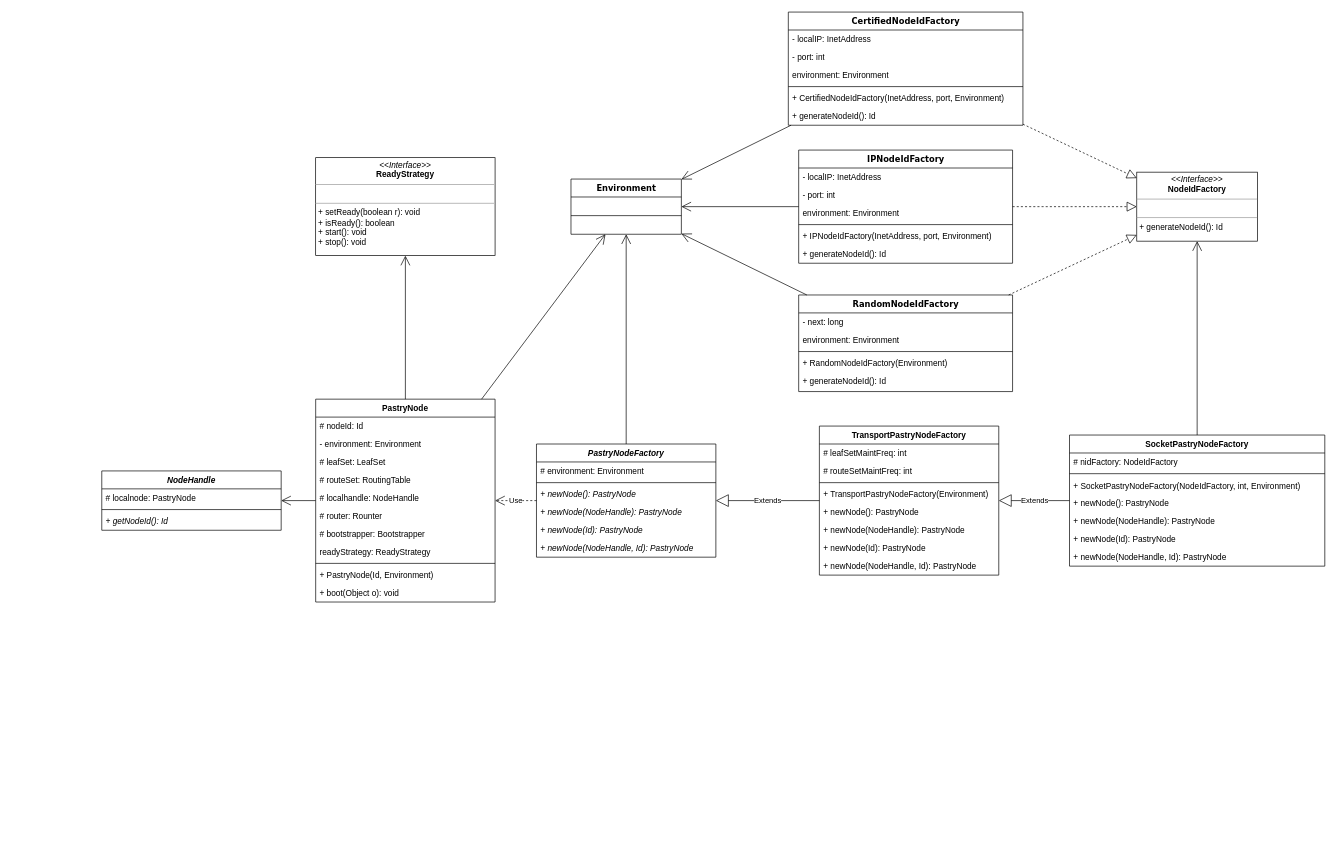
This is Untitled Diagram.drawio from OneOverThree/PastryTest, a draw.io file, before an edit. Source tidied: cells renumbered, new cells numbered last; positions are measured from the earlier drawing's top-left corner, leaving out a move shared by most shapes. Both pictures are drawn from the tidied source at 69%, with x=0, y=0 at pixel (101, 12).
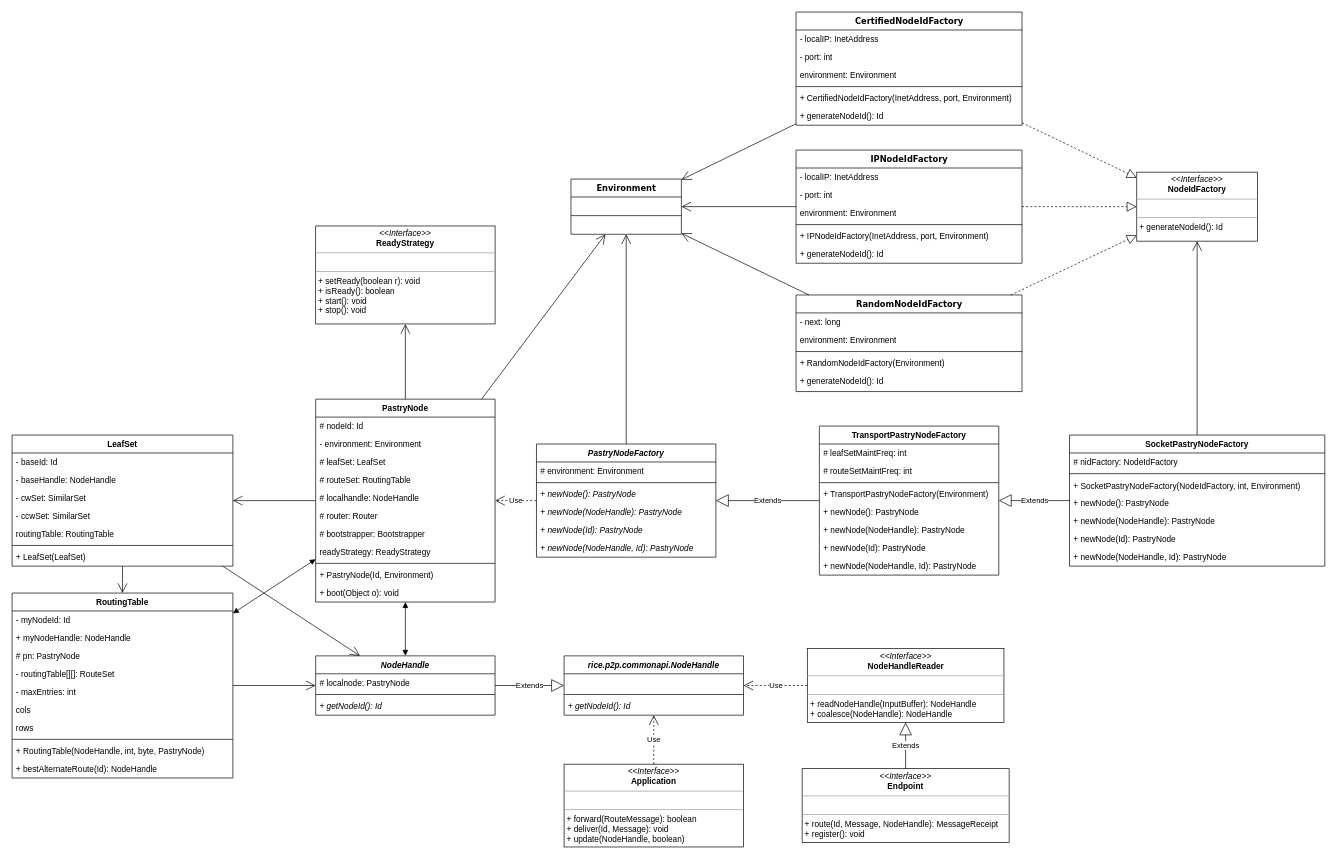
The same page after the edit.

Unchanged cells that the change refers to:
```xml
<mxCell id="59" value="PastryNode" style="swimlane;fontStyle=1;align=center;verticalAlign=top;horizontal=1;startSize=26;" parent="1" vertex="1">
  <mxGeometry x="310" y="561" width="260" height="294" as="geometry" />
</mxCell>
```

What changed in the source:
```diff
@@
     <mxCell id="2" value="RandomNodeIdFactory" style="swimlane;html=1;fontStyle=1;align=center;verticalAlign=top;horizontal=1;startSize=26;swimlaneFillColor=#ffffff;rounded=0;shadow=0;comic=0;labelBackgroundColor=none;strokeWidth=1;fillColor=none;fontFamily=Verdana;fontSize=12;" parent="1" vertex="1">
-      <mxGeometry x="1010" y="410" width="310" height="140" as="geometry" />
+      <mxGeometry x="1006.2" y="410" width="327.5" height="140" as="geometry" />
     </mxCell>
     <mxCell id="3" value="- next: long" style="text;html=1;strokeColor=none;fillColor=none;align=left;verticalAlign=top;spacingLeft=4;spacingRight=4;whiteSpace=wrap;overflow=hidden;" parent="2" vertex="1">
-      <mxGeometry y="26" width="310" height="26" as="geometry" />
+      <mxGeometry y="26" width="327.5" height="26" as="geometry" />
     </mxCell>
     <mxCell id="4" value="environment: Environment" style="text;html=1;strokeColor=none;fillColor=none;align=left;verticalAlign=top;spacingLeft=4;spacingRight=4;whiteSpace=wrap;overflow=hidden;" parent="2" vertex="1">
-      <mxGeometry y="52" width="310" height="26" as="geometry" />
+      <mxGeometry y="52" width="327.5" height="26" as="geometry" />
     </mxCell>
     <mxCell id="5" style="line;html=1;strokeWidth=1;fillColor=none;align=left;verticalAlign=middle;spacingTop=-1;spacingLeft=3;spacingRight=3;labelPosition=right;" parent="2" vertex="1">
-      <mxGeometry y="78" width="310" height="8" as="geometry" />
+      <mxGeometry y="78" width="327.5" height="8" as="geometry" />
     </mxCell>
     <mxCell id="6" value="+ RandomNodeIdFactory(Environment)" style="text;html=1;strokeColor=none;fillColor=none;align=left;verticalAlign=top;spacingLeft=4;spacingRight=4;whiteSpace=wrap;overflow=hidden;" parent="2" vertex="1">
-      <mxGeometry y="86" width="310" height="26" as="geometry" />
+      <mxGeometry y="86" width="327.5" height="26" as="geometry" />
     </mxCell>
     <mxCell id="7" value="&lt;span style=&quot;&quot;&gt;+ generateNodeId(): Id&lt;/span&gt;" style="text;html=1;strokeColor=none;fillColor=none;align=left;verticalAlign=top;spacingLeft=4;spacingRight=4;whiteSpace=wrap;overflow=hidden;" parent="2" vertex="1">
-      <mxGeometry y="112" width="310" height="26" as="geometry" />
+      <mxGeometry y="112" width="327.5" height="26" as="geometry" />
     </mxCell>
@@
     <mxCell id="39" value="IPNodeIdFactory" style="swimlane;html=1;fontStyle=1;align=center;verticalAlign=top;horizontal=1;startSize=26;swimlaneFillColor=#ffffff;rounded=0;shadow=0;comic=0;labelBackgroundColor=none;strokeWidth=1;fillColor=none;fontFamily=Verdana;fontSize=12;" parent="1" vertex="1">
-      <mxGeometry x="1010" y="200" width="310" height="164" as="geometry" />
+      <mxGeometry x="1006.2" y="200" width="327.5" height="164" as="geometry" />
     </mxCell>
     <mxCell id="40" value="- localIP: InetAddress" style="text;html=1;strokeColor=none;fillColor=none;align=left;verticalAlign=top;spacingLeft=4;spacingRight=4;whiteSpace=wrap;overflow=hidden;" parent="39" vertex="1">
-      <mxGeometry y="26" width="310" height="26" as="geometry" />
+      <mxGeometry y="26" width="327.5" height="26" as="geometry" />
     </mxCell>
     <mxCell id="41" value="- port: int" style="text;html=1;strokeColor=none;fillColor=none;align=left;verticalAlign=top;spacingLeft=4;spacingRight=4;whiteSpace=wrap;overflow=hidden;" parent="39" vertex="1">
-      <mxGeometry y="52" width="310" height="26" as="geometry" />
+      <mxGeometry y="52" width="327.5" height="26" as="geometry" />
     </mxCell>
     <mxCell id="42" value="environment: Environment" style="text;html=1;strokeColor=none;fillColor=none;align=left;verticalAlign=top;spacingLeft=4;spacingRight=4;whiteSpace=wrap;overflow=hidden;" parent="39" vertex="1">
-      <mxGeometry y="78" width="310" height="26" as="geometry" />
+      <mxGeometry y="78" width="327.5" height="26" as="geometry" />
     </mxCell>
     <mxCell id="43" style="line;html=1;strokeWidth=1;fillColor=none;align=left;verticalAlign=middle;spacingTop=-1;spacingLeft=3;spacingRight=3;labelPosition=right;" parent="39" vertex="1">
-      <mxGeometry y="104" width="310" height="8" as="geometry" />
+      <mxGeometry y="104" width="327.5" height="8" as="geometry" />
     </mxCell>
     <mxCell id="44" value="+ IPNodeIdFactory(InetAddress, port, Environment)" style="text;html=1;strokeColor=none;fillColor=none;align=left;verticalAlign=top;spacingLeft=4;spacingRight=4;whiteSpace=wrap;overflow=hidden;" parent="39" vertex="1">
-      <mxGeometry y="112" width="310" height="26" as="geometry" />
+      <mxGeometry y="112" width="327.5" height="26" as="geometry" />
     </mxCell>
     <mxCell id="45" value="&lt;span style=&quot;&quot;&gt;+ generateNodeId(): Id&lt;/span&gt;" style="text;html=1;strokeColor=none;fillColor=none;align=left;verticalAlign=top;spacingLeft=4;spacingRight=4;whiteSpace=wrap;overflow=hidden;" parent="39" vertex="1">
-      <mxGeometry y="138" width="310" height="26" as="geometry" />
+      <mxGeometry y="138" width="327.5" height="26" as="geometry" />
     </mxCell>
@@
     <mxCell id="48" value="CertifiedNodeIdFactory" style="swimlane;html=1;fontStyle=1;align=center;verticalAlign=top;horizontal=1;startSize=26;swimlaneFillColor=#ffffff;rounded=0;shadow=0;comic=0;labelBackgroundColor=none;strokeWidth=1;fillColor=none;fontFamily=Verdana;fontSize=12;" parent="1" vertex="1">
-      <mxGeometry x="995" width="340" height="164" as="geometry" />
+      <mxGeometry x="1006.2" width="327.5" height="164" as="geometry" />
     </mxCell>
     <mxCell id="49" value="- localIP: InetAddress" style="text;html=1;strokeColor=none;fillColor=none;align=left;verticalAlign=top;spacingLeft=4;spacingRight=4;whiteSpace=wrap;overflow=hidden;" parent="48" vertex="1">
-      <mxGeometry y="26" width="340" height="26" as="geometry" />
+      <mxGeometry y="26" width="327.5" height="26" as="geometry" />
     </mxCell>
     <mxCell id="50" value="- port: int" style="text;html=1;strokeColor=none;fillColor=none;align=left;verticalAlign=top;spacingLeft=4;spacingRight=4;whiteSpace=wrap;overflow=hidden;" parent="48" vertex="1">
-      <mxGeometry y="52" width="340" height="26" as="geometry" />
+      <mxGeometry y="52" width="327.5" height="26" as="geometry" />
     </mxCell>
     <mxCell id="51" value="environment: Environment" style="text;html=1;strokeColor=none;fillColor=none;align=left;verticalAlign=top;spacingLeft=4;spacingRight=4;whiteSpace=wrap;overflow=hidden;" parent="48" vertex="1">
-      <mxGeometry y="78" width="340" height="26" as="geometry" />
+      <mxGeometry y="78" width="327.5" height="26" as="geometry" />
     </mxCell>
     <mxCell id="52" style="line;html=1;strokeWidth=1;fillColor=none;align=left;verticalAlign=middle;spacingTop=-1;spacingLeft=3;spacingRight=3;labelPosition=right;" parent="48" vertex="1">
-      <mxGeometry y="104" width="340" height="8" as="geometry" />
+      <mxGeometry y="104" width="327.5" height="8" as="geometry" />
     </mxCell>
     <mxCell id="53" value="+ CertifiedNodeIdFactory(InetAddress, port, Environment)" style="text;html=1;strokeColor=none;fillColor=none;align=left;verticalAlign=top;spacingLeft=4;spacingRight=4;whiteSpace=wrap;overflow=hidden;" parent="48" vertex="1">
-      <mxGeometry y="112" width="340" height="26" as="geometry" />
+      <mxGeometry y="112" width="327.5" height="26" as="geometry" />
     </mxCell>
     <mxCell id="54" value="&lt;span style=&quot;&quot;&gt;+ generateNodeId(): Id&lt;/span&gt;" style="text;html=1;strokeColor=none;fillColor=none;align=left;verticalAlign=top;spacingLeft=4;spacingRight=4;whiteSpace=wrap;overflow=hidden;" parent="48" vertex="1">
-      <mxGeometry y="138" width="340" height="26" as="geometry" />
+      <mxGeometry y="138" width="327.5" height="26" as="geometry" />
     </mxCell>
@@
-    <mxCell id="65" value="# router: Rounter" style="text;strokeColor=none;fillColor=none;align=left;verticalAlign=top;spacingLeft=4;spacingRight=4;overflow=hidden;" parent="59" vertex="1">
+    <mxCell id="65" value="# router: Router" style="text;strokeColor=none;fillColor=none;align=left;verticalAlign=top;spacingLeft=4;spacingRight=4;overflow=hidden;" parent="59" vertex="1">
       <mxGeometry y="156" width="260" height="26" as="geometry" />
     </mxCell>
@@
     <mxCell id="73" value="&lt;p style=&quot;margin:0px;margin-top:4px;text-align:center;&quot;&gt;&lt;i&gt;&amp;lt;&amp;lt;Interface&amp;gt;&amp;gt;&lt;/i&gt;&lt;br&gt;&lt;b&gt;ReadyStrategy&lt;/b&gt;&lt;/p&gt;&lt;hr size=&quot;1&quot;&gt;&lt;p style=&quot;margin:0px;margin-left:4px;&quot;&gt;&lt;br&gt;&lt;/p&gt;&lt;hr size=&quot;1&quot;&gt;&lt;p style=&quot;margin:0px;margin-left:4px;&quot;&gt;+ setReady(boolean r): void&lt;/p&gt;&lt;p style=&quot;margin:0px;margin-left:4px;&quot;&gt;+ isReady(): boolean&lt;br&gt;&lt;/p&gt;&lt;p style=&quot;margin:0px;margin-left:4px;&quot;&gt;+ start(): void&lt;/p&gt;&lt;p style=&quot;margin:0px;margin-left:4px;&quot;&gt;+ stop(): void&lt;/p&gt;" style="verticalAlign=top;align=left;overflow=fill;fontSize=12;fontFamily=Helvetica;html=1;rounded=0;shadow=0;comic=0;labelBackgroundColor=none;strokeWidth=1;" parent="1" vertex="1">
-      <mxGeometry x="310" y="211" width="260" height="142" as="geometry" />
+      <mxGeometry x="310" y="310" width="260" height="142" as="geometry" />
     </mxCell>
@@
     <mxCell id="75" value="NodeHandle" style="swimlane;fontStyle=3;align=center;verticalAlign=top;horizontal=1;startSize=26;" parent="1" vertex="1">
-      <mxGeometry y="665" width="260" height="86" as="geometry" />
+      <mxGeometry x="310" y="933" width="260" height="86" as="geometry" />
     </mxCell>
@@
-    <mxCell id="79" style="endArrow=open;endFill=1;endSize=12;html=1;rounded=0;" parent="1" edge="1" source="59" target="75">
-      <mxGeometry relative="1" as="geometry" />
-    </mxCell>
+    <mxCell id="80" value="&lt;p style=&quot;margin:0px;margin-top:4px;text-align:center;&quot;&gt;&lt;i&gt;&amp;lt;&amp;lt;Interface&amp;gt;&amp;gt;&lt;/i&gt;&lt;br&gt;&lt;b&gt;NodeHandleReader&lt;/b&gt;&lt;br&gt;&lt;/p&gt;&lt;hr size=&quot;1&quot;&gt;&lt;p style=&quot;margin:0px;margin-left:4px;&quot;&gt;&lt;br&gt;&lt;/p&gt;&lt;hr size=&quot;1&quot;&gt;&lt;p style=&quot;margin:0px;margin-left:4px;&quot;&gt;+ readNodeHandle(InputBuffer): NodeHandle&lt;br&gt;&lt;/p&gt;&lt;p style=&quot;margin:0px;margin-left:4px;&quot;&gt;+ coalesce(NodeHandle): NodeHandle&lt;/p&gt;" style="verticalAlign=top;align=left;overflow=fill;fontSize=12;fontFamily=Helvetica;html=1;rounded=0;shadow=0;comic=0;labelBackgroundColor=none;strokeWidth=1;" parent="1" vertex="1">
+      <mxGeometry x="1022.5" y="922.5" width="285" height="107" as="geometry" />
+    </mxCell>
+    <mxCell id="81" value="Use" style="endArrow=open;endSize=12;dashed=1;html=1;rounded=0;" parent="1" edge="1" source="80" target="82">
+      <mxGeometry relative="1" as="geometry" />
+    </mxCell>
+    <mxCell id="82" value="rice.p2p.commonapi.NodeHandle" style="swimlane;fontStyle=3;align=center;verticalAlign=top;horizontal=1;startSize=26;" parent="1" vertex="1">
+      <mxGeometry x="670" y="933" width="260" height="86" as="geometry" />
+    </mxCell>
+    <mxCell id="83" value=" " style="text;strokeColor=none;fillColor=none;align=left;verticalAlign=top;spacingLeft=4;spacingRight=4;overflow=hidden;" parent="82" vertex="1">
+      <mxGeometry y="26" width="260" height="26" as="geometry" />
+    </mxCell>
+    <mxCell id="84" style="line;strokeWidth=1;fillColor=none;align=left;verticalAlign=middle;spacingTop=-1;spacingLeft=3;spacingRight=3;labelPosition=right;strokeColor=inherit;" parent="82" vertex="1">
+      <mxGeometry y="52" width="260" height="8" as="geometry" />
+    </mxCell>
+    <mxCell id="85" value="+ getNodeId(): Id" style="text;strokeColor=none;fillColor=none;align=left;verticalAlign=top;spacingLeft=4;spacingRight=4;overflow=hidden;fontStyle=2;" parent="82" vertex="1">
+      <mxGeometry y="60" width="260" height="26" as="geometry" />
+    </mxCell>
+    <mxCell id="86" value="Extends" style="endArrow=block;endSize=16;endFill=0;html=1;rounded=0;" parent="1" edge="1" source="75" target="82">
+      <mxGeometry relative="1" as="geometry" />
+    </mxCell>
+    <mxCell id="87" value="&lt;p style=&quot;margin:0px;margin-top:4px;text-align:center;&quot;&gt;&lt;i&gt;&amp;lt;&amp;lt;Interface&amp;gt;&amp;gt;&lt;/i&gt;&lt;br&gt;&lt;b&gt;Endpoint&lt;/b&gt;&lt;br&gt;&lt;/p&gt;&lt;hr size=&quot;1&quot;&gt;&lt;p style=&quot;margin:0px;margin-left:4px;&quot;&gt;&lt;br&gt;&lt;/p&gt;&lt;hr size=&quot;1&quot;&gt;&lt;p style=&quot;margin:0px;margin-left:4px;&quot;&gt;+ route(Id, Message, NodeHandle): MessageReceipt&lt;br&gt;&lt;/p&gt;&lt;p style=&quot;margin:0px;margin-left:4px;&quot;&gt;+&amp;nbsp;register()&lt;span style=&quot;background-color: initial;&quot;&gt;: void&lt;/span&gt;&lt;/p&gt;" style="verticalAlign=top;align=left;overflow=fill;fontSize=12;fontFamily=Helvetica;html=1;rounded=0;shadow=0;comic=0;labelBackgroundColor=none;strokeWidth=1;" parent="1" vertex="1">
+      <mxGeometry x="1015" y="1096.5" width="300" height="107" as="geometry" />
+    </mxCell>
+    <mxCell id="88" value="Extends" style="endArrow=block;endSize=16;endFill=0;html=1;rounded=0;" parent="1" edge="1" source="87" target="80">
+      <mxGeometry relative="1" as="geometry" />
+    </mxCell>
+    <mxCell id="89" value="&lt;p style=&quot;margin:0px;margin-top:4px;text-align:center;&quot;&gt;&lt;i&gt;&amp;lt;&amp;lt;Interface&amp;gt;&amp;gt;&lt;/i&gt;&lt;br&gt;&lt;b&gt;Application&lt;/b&gt;&lt;br&gt;&lt;/p&gt;&lt;hr size=&quot;1&quot;&gt;&lt;p style=&quot;margin:0px;margin-left:4px;&quot;&gt;&lt;br&gt;&lt;/p&gt;&lt;hr size=&quot;1&quot;&gt;&lt;p style=&quot;margin:0px;margin-left:4px;&quot;&gt;+ forward(RouteMessage): boolean&lt;br&gt;&lt;/p&gt;&lt;p style=&quot;margin:0px;margin-left:4px;&quot;&gt;+ deliver(Id, Message)&lt;span style=&quot;background-color: initial;&quot;&gt;: void&lt;/span&gt;&lt;/p&gt;&lt;p style=&quot;margin:0px;margin-left:4px;&quot;&gt;&lt;span style=&quot;background-color: initial;&quot;&gt;+ update(NodeHandle, boolean)&lt;/span&gt;&lt;/p&gt;" style="verticalAlign=top;align=left;overflow=fill;fontSize=12;fontFamily=Helvetica;html=1;rounded=0;shadow=0;comic=0;labelBackgroundColor=none;strokeWidth=1;" parent="1" vertex="1">
+      <mxGeometry x="670" y="1090" width="260" height="120" as="geometry" />
+    </mxCell>
+    <mxCell id="90" value="Use" style="endArrow=open;endSize=12;dashed=1;html=1;rounded=0;" parent="1" edge="1" source="89" target="82">
+      <mxGeometry relative="1" as="geometry" />
+    </mxCell>
+    <mxCell id="91" value="RoutingTable" style="swimlane;fontStyle=1;align=center;verticalAlign=top;horizontal=1;startSize=26;" parent="1" vertex="1">
+      <mxGeometry x="-130" y="842" width="320" height="268" as="geometry" />
+    </mxCell>
+    <mxCell id="92" value="- myNodeId: Id" style="text;strokeColor=none;fillColor=none;align=left;verticalAlign=top;spacingLeft=4;spacingRight=4;overflow=hidden;" parent="91" vertex="1">
+      <mxGeometry y="26" width="320" height="26" as="geometry" />
+    </mxCell>
+    <mxCell id="93" value="+ myNodeHandle: NodeHandle" style="text;strokeColor=none;fillColor=none;align=left;verticalAlign=top;spacingLeft=4;spacingRight=4;overflow=hidden;" parent="91" vertex="1">
+      <mxGeometry y="52" width="320" height="26" as="geometry" />
+    </mxCell>
+    <mxCell id="94" value="# pn: PastryNode" style="text;strokeColor=none;fillColor=none;align=left;verticalAlign=top;spacingLeft=4;spacingRight=4;overflow=hidden;" parent="91" vertex="1">
+      <mxGeometry y="78" width="320" height="26" as="geometry" />
+    </mxCell>
+    <mxCell id="95" value="- routingTable[][]: RouteSet" style="text;strokeColor=none;fillColor=none;align=left;verticalAlign=top;spacingLeft=4;spacingRight=4;overflow=hidden;" parent="91" vertex="1">
+      <mxGeometry y="104" width="320" height="26" as="geometry" />
+    </mxCell>
+    <mxCell id="96" value="- maxEntries: int" style="text;strokeColor=none;fillColor=none;align=left;verticalAlign=top;spacingLeft=4;spacingRight=4;overflow=hidden;" parent="91" vertex="1">
+      <mxGeometry y="130" width="320" height="26" as="geometry" />
+    </mxCell>
+    <mxCell id="97" value="cols" style="text;strokeColor=none;fillColor=none;align=left;verticalAlign=top;spacingLeft=4;spacingRight=4;overflow=hidden;" parent="91" vertex="1">
+      <mxGeometry y="156" width="320" height="26" as="geometry" />
+    </mxCell>
+    <mxCell id="98" value="rows" style="text;strokeColor=none;fillColor=none;align=left;verticalAlign=top;spacingLeft=4;spacingRight=4;overflow=hidden;" parent="91" vertex="1">
+      <mxGeometry y="182" width="320" height="26" as="geometry" />
+    </mxCell>
+    <mxCell id="99" style="line;strokeWidth=1;fillColor=none;align=left;verticalAlign=middle;spacingTop=-1;spacingLeft=3;spacingRight=3;labelPosition=right;strokeColor=inherit;" parent="91" vertex="1">
+      <mxGeometry y="208" width="320" height="8" as="geometry" />
+    </mxCell>
+    <mxCell id="100" value="+ RoutingTable(NodeHandle, int, byte, PastryNode)" style="text;strokeColor=none;fillColor=none;align=left;verticalAlign=top;spacingLeft=4;spacingRight=4;overflow=hidden;fontStyle=0;" parent="91" vertex="1">
+      <mxGeometry y="216" width="320" height="26" as="geometry" />
+    </mxCell>
+    <mxCell id="101" value="+ bestAlternateRoute(Id): NodeHandle" style="text;strokeColor=none;fillColor=none;align=left;verticalAlign=top;spacingLeft=4;spacingRight=4;overflow=hidden;fontStyle=0;" parent="91" vertex="1">
+      <mxGeometry y="242" width="320" height="26" as="geometry" />
+    </mxCell>
+    <mxCell id="102" style="endArrow=open;endFill=1;endSize=12;html=1;rounded=0;" parent="1" edge="1" source="91" target="75">
+      <mxGeometry relative="1" as="geometry" />
+    </mxCell>
+    <mxCell id="103" style="endArrow=block;startArrow=block;endFill=1;startFill=1;html=1;rounded=0;" parent="1" edge="1" source="75" target="59">
+      <mxGeometry relative="1" as="geometry" />
+    </mxCell>
+    <mxCell id="104" value="LeafSet" style="swimlane;fontStyle=1;align=center;verticalAlign=top;horizontal=1;startSize=26;" parent="1" vertex="1">
+      <mxGeometry x="-130" y="613" width="320" height="190" as="geometry" />
+    </mxCell>
+    <mxCell id="105" value="- baseId: Id" style="text;strokeColor=none;fillColor=none;align=left;verticalAlign=top;spacingLeft=4;spacingRight=4;overflow=hidden;" parent="104" vertex="1">
+      <mxGeometry y="26" width="320" height="26" as="geometry" />
+    </mxCell>
+    <mxCell id="106" value="- baseHandle: NodeHandle" style="text;strokeColor=none;fillColor=none;align=left;verticalAlign=top;spacingLeft=4;spacingRight=4;overflow=hidden;" parent="104" vertex="1">
+      <mxGeometry y="52" width="320" height="26" as="geometry" />
+    </mxCell>
+    <mxCell id="107" value="- cwSet: SimilarSet " style="text;strokeColor=none;fillColor=none;align=left;verticalAlign=top;spacingLeft=4;spacingRight=4;overflow=hidden;" parent="104" vertex="1">
+      <mxGeometry y="78" width="320" height="26" as="geometry" />
+    </mxCell>
+    <mxCell id="108" value="- ccwSet: SimilarSet " style="text;strokeColor=none;fillColor=none;align=left;verticalAlign=top;spacingLeft=4;spacingRight=4;overflow=hidden;" parent="104" vertex="1">
+      <mxGeometry y="104" width="320" height="26" as="geometry" />
+    </mxCell>
+    <mxCell id="109" value="routingTable: RoutingTable" style="text;strokeColor=none;fillColor=none;align=left;verticalAlign=top;spacingLeft=4;spacingRight=4;overflow=hidden;" parent="104" vertex="1">
+      <mxGeometry y="130" width="320" height="26" as="geometry" />
+    </mxCell>
+    <mxCell id="110" style="line;strokeWidth=1;fillColor=none;align=left;verticalAlign=middle;spacingTop=-1;spacingLeft=3;spacingRight=3;labelPosition=right;strokeColor=inherit;" parent="104" vertex="1">
+      <mxGeometry y="156" width="320" height="8" as="geometry" />
+    </mxCell>
+    <mxCell id="111" value="+ LeafSet(LeafSet)" style="text;strokeColor=none;fillColor=none;align=left;verticalAlign=top;spacingLeft=4;spacingRight=4;overflow=hidden;fontStyle=0;" parent="104" vertex="1">
+      <mxGeometry y="164" width="320" height="26" as="geometry" />
+    </mxCell>
+    <mxCell id="112" style="endArrow=open;endFill=1;endSize=12;html=1;rounded=0;entryX=0.5;entryY=0;entryDx=0;entryDy=0;" parent="1" edge="1" source="104" target="91">
+      <mxGeometry relative="1" as="geometry" />
+    </mxCell>
+    <mxCell id="113" style="endArrow=open;endFill=1;endSize=12;html=1;rounded=0;" parent="1" edge="1" source="59" target="104">
+      <mxGeometry relative="1" as="geometry" />
+    </mxCell>
+    <mxCell id="114" style="endArrow=block;startArrow=block;endFill=1;startFill=1;html=1;rounded=0;" parent="1" edge="1" source="91" target="59">
+      <mxGeometry relative="1" as="geometry" />
+    </mxCell>
+    <mxCell id="115" style="endArrow=open;endFill=1;endSize=12;html=1;rounded=0;" parent="1" edge="1" source="104" target="75">
+      <mxGeometry relative="1" as="geometry" />
+    </mxCell>
```
